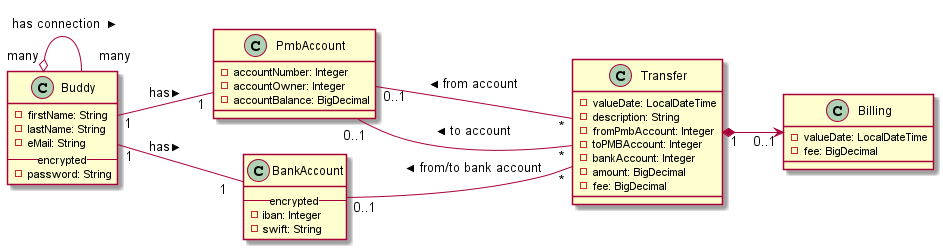
Above: logicalDiagram.png in Docky37/SendMoney (PlantUML), before the change. Source of this version:
```plantuml
@startuml logicalDiagram
class Buddy  {
    -firstName: String
    -lastName: String
    -eMail: String
    -- encrypted --
    -password: String
}
Left to right direction
Buddy "many" o-- "   many" Buddy : < has connection
class PmbAccount  {
    -accountNumber: Integer
    -accountOwner: Integer
    -accountBalance: BigDecimal
}
Buddy "1  " --  "1" PmbAccount : > has
class BankAccount {
    -- encrypted --
    -iban: Integer
    -swift: String
}
Buddy "1" --  "1  " BankAccount : > has

class Transfer {
    -valueDate: LocalDateTime
    -description: String
    -fromPmbAccount: Integer
    -toPMBAccount: Integer
    -bankAccount: Integer
    -amount: BigDecimal
    -fee: BigDecimal
}
PmbAccount "0..1" --  "*" Transfer : < from account
PmbAccount " 0..1" --  "*" Transfer : < to account
BankAccount "0..1  " --  "*" Transfer : < from/to bank account
class Billing {
    -valueDate: LocalDateTime
    -fee: BigDecimal
}
Transfer "1" *--> "0..1" Billing

@enduml
```
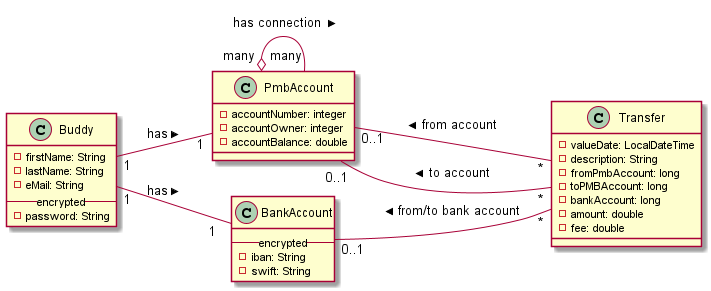
Later version of the same file.

Commit message:
feat: Release v0.4 that adds money transfer functionality

The edit, as a diff of the source:
```diff
@@ -6,17 +6,17 @@
     -- encrypted --
     -password: String
 }
+class PmbAccount  {
+    -accountNumber: integer
+    -accountOwner: integer
+    -accountBalance: double
+}
 Left to right direction
-Buddy "many" o-- "   many" Buddy : < has connection
-class PmbAccount  {
-    -accountNumber: Integer
-    -accountOwner: Integer
-    -accountBalance: BigDecimal
-}
+PmbAccount "many" o-- "many " PmbAccount : < has connection
 Buddy "1  " --  "1" PmbAccount : > has
 class BankAccount {
     -- encrypted --
-    -iban: Integer
+    -iban: String
     -swift: String
 }
 Buddy "1" --  "1  " BankAccount : > has
@@ -24,19 +24,15 @@
 class Transfer {
     -valueDate: LocalDateTime
     -description: String
-    -fromPmbAccount: Integer
-    -toPMBAccount: Integer
-    -bankAccount: Integer
-    -amount: BigDecimal
-    -fee: BigDecimal
+    -fromPmbAccount: long
+    -toPMBAccount: long
+    -bankAccount: long
+    -amount: double
+    -fee: double
 }
 PmbAccount "0..1" --  "*" Transfer : < from account
 PmbAccount " 0..1" --  "*" Transfer : < to account
 BankAccount "0..1  " --  "*" Transfer : < from/to bank account
-class Billing {
-    -valueDate: LocalDateTime
-    -fee: BigDecimal
-}
-Transfer "1" *--> "0..1" Billing
+
 
 @enduml
```
